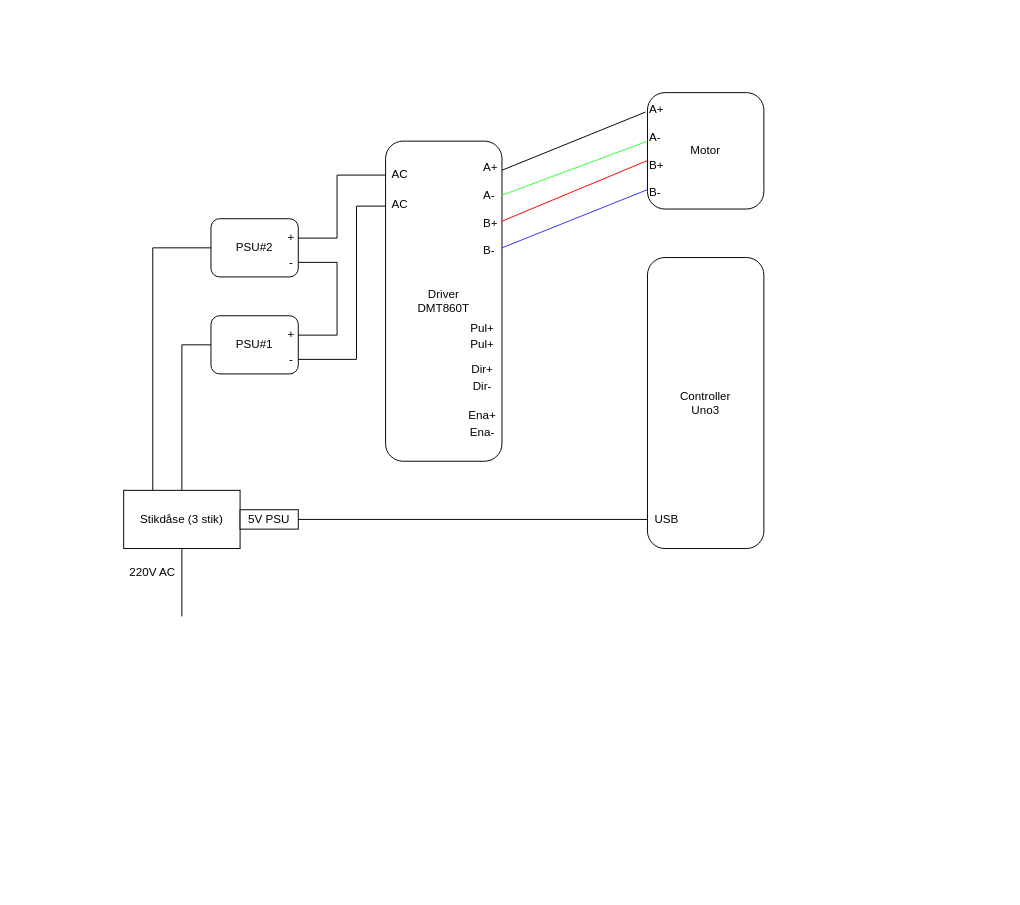
The draw.io diagram page "Elektrisk" (2 of 2) of doc/HOD_ur.drawio in sorennohr/hod_ur, before the edit. Source tidied: cells renumbered, new cells numbered last; positions are measured from the earlier drawing's top-left corner, leaving out a move shared by most shapes. Both pictures are drawn from the tidied source at 97%, with x=0, y=0 at pixel (123, 92).
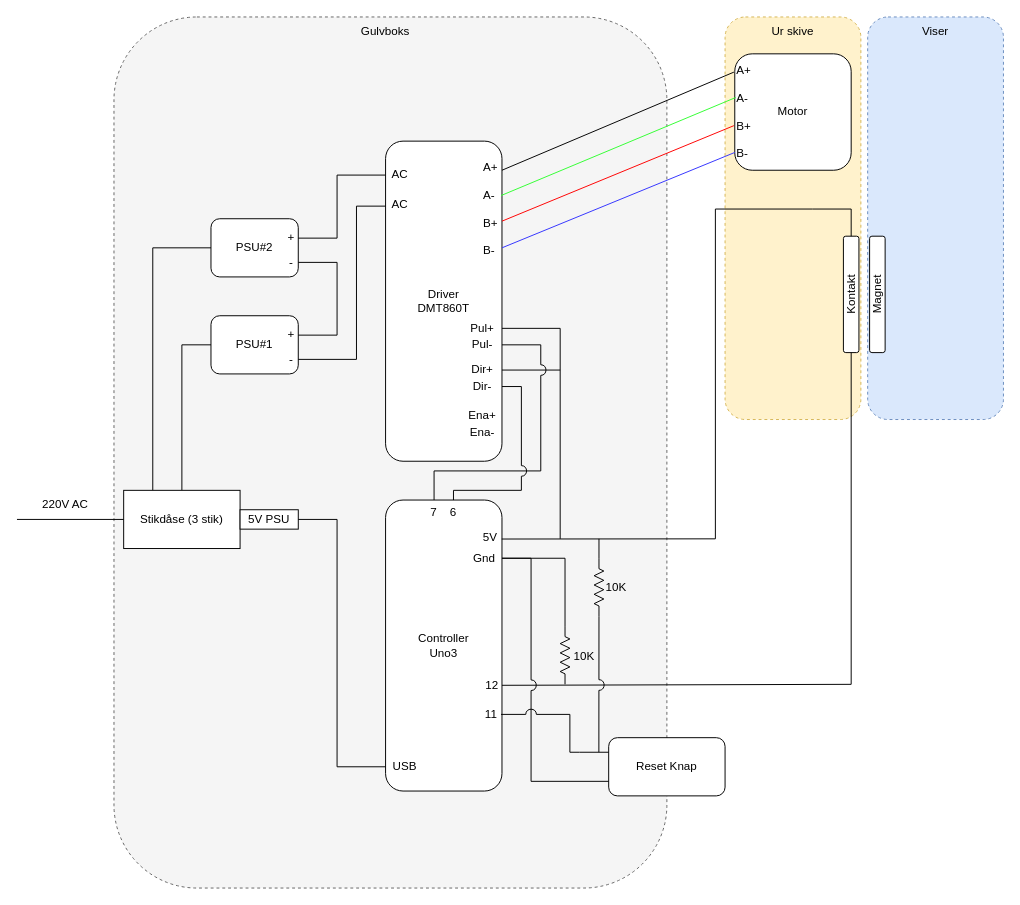
Above is the later version.

Unchanged cells that the change refers to:
```xml
<mxCell id="12" value="Driver&lt;br&gt;DMT860T" style="rounded=1;whiteSpace=wrap;html=1;" parent="1" vertex="1">
  <mxGeometry x="270" y="50" width="120" height="330" as="geometry" />
</mxCell>
<mxCell id="25" value="Pul+" style="text;html=1;strokeColor=none;fillColor=none;align=center;verticalAlign=middle;whiteSpace=wrap;rounded=0;" parent="1" vertex="1">
  <mxGeometry x="350" y="230" width="40" height="26" as="geometry" />
</mxCell>
<mxCell id="26" value="Dir-" style="text;html=1;strokeColor=none;fillColor=none;align=center;verticalAlign=middle;whiteSpace=wrap;rounded=0;" parent="1" vertex="1">
  <mxGeometry x="350" y="290" width="40" height="26" as="geometry" />
</mxCell>
<mxCell id="27" value="Dir+" style="text;html=1;strokeColor=none;fillColor=none;align=center;verticalAlign=middle;whiteSpace=wrap;rounded=0;" parent="1" vertex="1">
  <mxGeometry x="350" y="273" width="40" height="26" as="geometry" />
</mxCell>
<mxCell id="30" value="Stikdåse (3 stik)" style="rounded=0;whiteSpace=wrap;html=1;" parent="1" vertex="1">
  <mxGeometry y="410" width="120" height="60" as="geometry" />
</mxCell>
<mxCell id="32" value="5V PSU" style="rounded=0;whiteSpace=wrap;html=1;" parent="1" vertex="1">
  <mxGeometry x="120" y="430" width="60" height="20" as="geometry" />
</mxCell>
```

The edit, as a diff of the source:
```diff
@@
+    <mxCell id="36" style="rounded=1;whiteSpace=wrap;html=1;fillColor=#f5f5f5;dashed=1;strokeColor=#666666;fontColor=#333333;" parent="1" vertex="1">
+      <mxGeometry x="-10" y="-78" width="570" height="898" as="geometry" />
+    </mxCell>
+    <mxCell id="37" style="rounded=1;whiteSpace=wrap;html=1;fillColor=#fff2cc;dashed=1;strokeColor=#d6b656;" parent="1" vertex="1">
+      <mxGeometry x="620" y="-78" width="140" height="415" as="geometry" />
+    </mxCell>
@@
     <mxCell id="4" value="220V AC" style="text;html=1;strokeColor=none;fillColor=none;align=center;verticalAlign=middle;whiteSpace=wrap;rounded=0;" parent="1" vertex="1">
-      <mxGeometry y="480" width="60" height="30" as="geometry" />
+      <mxGeometry x="-90" y="410" width="60" height="30" as="geometry" />
     </mxCell>
@@
     <mxCell id="17" value="Motor" style="rounded=1;whiteSpace=wrap;html=1;" parent="1" vertex="1">
-      <mxGeometry x="540" width="120" height="120" as="geometry" />
+      <mxGeometry x="630" y="-40" width="120" height="120" as="geometry" />
     </mxCell>
     <mxCell id="18" value="A+&lt;br&gt;&lt;br&gt;A-&lt;br&gt;&lt;br&gt;B+&lt;br&gt;&lt;br&gt;B-" style="text;html=1;strokeColor=none;fillColor=none;align=left;verticalAlign=middle;whiteSpace=wrap;rounded=0;" parent="1" vertex="1">
-      <mxGeometry x="540" width="30" height="120" as="geometry" />
+      <mxGeometry x="630" y="-40" width="30" height="120" as="geometry" />
     </mxCell>
-    <mxCell id="19" style="endArrow=none;html=1;rounded=0;entryX=-0.067;entryY=0.167;entryDx=0;entryDy=0;entryPerimeter=0;" parent="1" edge="1" target="18">
+    <mxCell id="19" style="endArrow=none;html=1;rounded=0;entryX=-0.03;entryY=0.157;entryDx=0;entryDy=0;entryPerimeter=0;" parent="1" edge="1" target="18">
       <mxGeometry relative="1" as="geometry">
         <mxPoint x="390" y="80" as="sourcePoint" />
       </mxGeometry>
     </mxCell>
-    <mxCell id="20" style="endArrow=none;html=1;rounded=0;strokeColor=#33FF33;exitX=0.992;exitY=0.17;exitDx=0;exitDy=0;exitPerimeter=0;" parent="1" edge="1" source="12">
-      <mxGeometry relative="1" as="geometry">
-        <mxPoint x="540" y="50" as="targetPoint" />
-      </mxGeometry>
+    <mxCell id="20" style="endArrow=none;html=1;rounded=0;strokeColor=#33FF33;exitX=0.992;exitY=0.17;exitDx=0;exitDy=0;exitPerimeter=0;entryX=0.033;entryY=0.375;entryDx=0;entryDy=0;entryPerimeter=0;" parent="1" edge="1" source="12" target="18">
+      <mxGeometry relative="1" as="geometry" />
     </mxCell>
-    <mxCell id="21" style="endArrow=none;html=1;rounded=0;strokeColor=#FF0000;exitX=1;exitY=0.25;exitDx=0;exitDy=0;" parent="1" edge="1" source="12">
-      <mxGeometry relative="1" as="geometry">
-        <mxPoint x="540" y="70" as="targetPoint" />
-      </mxGeometry>
+    <mxCell id="21" style="endArrow=none;html=1;rounded=0;strokeColor=#FF0000;exitX=1;exitY=0.25;exitDx=0;exitDy=0;entryX=-0.03;entryY=0.617;entryDx=0;entryDy=0;entryPerimeter=0;" parent="1" edge="1" source="12" target="18">
+      <mxGeometry relative="1" as="geometry" />
     </mxCell>
-    <mxCell id="22" style="endArrow=none;html=1;rounded=0;strokeColor=#3333FF;" parent="1" edge="1">
+    <mxCell id="22" style="endArrow=none;html=1;rounded=0;strokeColor=#3333FF;entryX=0.002;entryY=0.847;entryDx=0;entryDy=0;entryPerimeter=0;" parent="1" edge="1" target="18">
       <mxGeometry relative="1" as="geometry">
         <mxPoint x="390" y="160" as="sourcePoint" />
-        <mxPoint x="540" y="100" as="targetPoint" />
       </mxGeometry>
     </mxCell>
@@
-    <mxCell id="24" value="Pul+" style="text;html=1;strokeColor=none;fillColor=none;align=center;verticalAlign=middle;whiteSpace=wrap;rounded=0;" parent="1" vertex="1">
+    <mxCell id="24" value="Pul-" style="text;html=1;strokeColor=none;fillColor=none;align=center;verticalAlign=middle;whiteSpace=wrap;rounded=0;" parent="1" vertex="1">
       <mxGeometry x="350" y="247" width="40" height="26" as="geometry" />
     </mxCell>
@@
-    <mxCell id="31" style="endArrow=none;html=1;rounded=0;entryX=0.5;entryY=1;entryDx=0;entryDy=0;" parent="1" edge="1" target="30">
+    <mxCell id="31" style="endArrow=none;html=1;rounded=0;entryX=0;entryY=0.5;entryDx=0;entryDy=0;" parent="1" edge="1" target="30">
       <mxGeometry relative="1" as="geometry">
-        <mxPoint x="60" y="540" as="sourcePoint" />
+        <mxPoint x="-110" y="440" as="sourcePoint" />
       </mxGeometry>
     </mxCell>
@@
     <mxCell id="33" value="Controller&lt;br&gt;Uno3" style="rounded=1;whiteSpace=wrap;html=1;" parent="1" vertex="1">
-      <mxGeometry x="540" y="170" width="120" height="300" as="geometry" />
+      <mxGeometry x="270" y="420" width="120" height="300" as="geometry" />
     </mxCell>
     <mxCell id="34" value="USB" style="text;html=1;strokeColor=none;fillColor=none;align=center;verticalAlign=middle;whiteSpace=wrap;rounded=0;" parent="1" vertex="1">
-      <mxGeometry x="540" y="425" width="40" height="30" as="geometry" />
+      <mxGeometry x="270" y="680" width="40" height="30" as="geometry" />
     </mxCell>
     <mxCell id="35" style="endArrow=none;html=1;rounded=0;exitX=1;exitY=0.5;exitDx=0;exitDy=0;entryX=0;entryY=0.5;entryDx=0;entryDy=0;" parent="1" edge="1" source="32" target="34">
-      <mxGeometry relative="1" as="geometry" />
+      <mxGeometry relative="1" as="geometry">
+        <Array as="points">
+          <mxPoint x="220" y="440" />
+          <mxPoint x="220" y="695" />
+        </Array>
+      </mxGeometry>
     </mxCell>
+    <mxCell id="38" value="7" style="text;html=1;strokeColor=none;fillColor=none;align=center;verticalAlign=middle;whiteSpace=wrap;rounded=0;" parent="1" vertex="1">
+      <mxGeometry x="310" y="420" width="20" height="26" as="geometry" />
+    </mxCell>
+    <mxCell id="39" value="6" style="text;html=1;strokeColor=none;fillColor=none;align=center;verticalAlign=middle;whiteSpace=wrap;rounded=0;" parent="1" vertex="1">
+      <mxGeometry x="330" y="420" width="20" height="26" as="geometry" />
+    </mxCell>
+    <mxCell id="40" value="5V" style="text;html=1;strokeColor=none;fillColor=none;align=center;verticalAlign=middle;whiteSpace=wrap;rounded=0;" parent="1" vertex="1">
+      <mxGeometry x="367.5" y="444" width="20" height="30" as="geometry" />
+    </mxCell>
+    <mxCell id="41" style="endArrow=none;html=1;rounded=0;exitX=1;exitY=0.5;exitDx=0;exitDy=0;" parent="1" edge="1" source="25">
+      <mxGeometry relative="1" as="geometry">
+        <mxPoint x="450" y="460" as="targetPoint" />
+        <Array as="points">
+          <mxPoint x="450" y="243" />
+        </Array>
+      </mxGeometry>
+    </mxCell>
+    <mxCell id="42" value="Ur skive" style="text;html=1;strokeColor=none;fillColor=none;align=center;verticalAlign=middle;whiteSpace=wrap;rounded=0;" parent="1" vertex="1">
+      <mxGeometry x="660" y="-78" width="60" height="30" as="geometry" />
+    </mxCell>
+    <mxCell id="43" style="rounded=1;whiteSpace=wrap;html=1;fillColor=#dae8fc;dashed=1;strokeColor=#6c8ebf;" parent="1" vertex="1">
+      <mxGeometry x="767" y="-78" width="140" height="415" as="geometry" />
+    </mxCell>
+    <mxCell id="44" value="Viser" style="text;html=1;strokeColor=none;fillColor=none;align=center;verticalAlign=middle;whiteSpace=wrap;rounded=0;" parent="1" vertex="1">
+      <mxGeometry x="807" y="-78" width="60" height="30" as="geometry" />
+    </mxCell>
+    <mxCell id="45" value="Magnet" style="rounded=1;whiteSpace=wrap;html=1;direction=east;rotation=-90;" parent="1" vertex="1">
+      <mxGeometry x="717" y="200" width="120" height="16" as="geometry" />
+    </mxCell>
+    <mxCell id="46" value="Kontakt" style="rounded=1;whiteSpace=wrap;html=1;direction=east;rotation=-90;" parent="1" vertex="1">
+      <mxGeometry x="690" y="200" width="120" height="16" as="geometry" />
+    </mxCell>
+    <mxCell id="47" style="edgeStyle=orthogonalEdgeStyle;rounded=0;jettySize=auto;html=1;entryX=1;entryY=0.5;entryDx=0;entryDy=0;exitX=0;exitY=0.5;exitDx=0;exitDy=0;exitPerimeter=0;endArrow=none;endFill=0;" parent="1" edge="1" source="48" target="49">
+      <mxGeometry relative="1" as="geometry" />
+    </mxCell>
+    <mxCell id="48" style="verticalLabelPosition=bottom;shadow=0;dashed=0;align=center;html=1;verticalAlign=top;shape=mxgraph.electrical.resistors.resistor_2;direction=south;" parent="1" vertex="1">
+      <mxGeometry x="450" y="550" width="10" height="60" as="geometry" />
+    </mxCell>
+    <mxCell id="49" value="Gnd" style="text;html=1;strokeColor=none;fillColor=none;align=center;verticalAlign=middle;whiteSpace=wrap;rounded=0;" parent="1" vertex="1">
+      <mxGeometry x="354" y="465" width="36" height="30" as="geometry" />
+    </mxCell>
+    <mxCell id="50" style="endArrow=none;html=1;rounded=0;entryX=1;entryY=0.5;entryDx=0;entryDy=0;exitX=0.998;exitY=0.134;exitDx=0;exitDy=0;exitPerimeter=0;" parent="1" edge="1" source="33" target="46">
+      <mxGeometry relative="1" as="geometry">
+        <Array as="points">
+          <mxPoint x="610" y="460" />
+          <mxPoint x="610" y="120" />
+          <mxPoint x="710" y="120" />
+          <mxPoint x="750" y="120" />
+        </Array>
+      </mxGeometry>
+    </mxCell>
+    <mxCell id="51" style="endArrow=none;html=1;rounded=0;exitX=1;exitY=0.5;exitDx=0;exitDy=0;entryX=0;entryY=0.5;entryDx=0;entryDy=0;" parent="1" edge="1" source="52" target="46">
+      <mxGeometry relative="1" as="geometry">
+        <Array as="points">
+          <mxPoint x="750" y="610" />
+        </Array>
+      </mxGeometry>
+    </mxCell>
+    <mxCell id="52" value="12" style="text;html=1;strokeColor=none;fillColor=none;align=center;verticalAlign=middle;whiteSpace=wrap;rounded=0;" parent="1" vertex="1">
+      <mxGeometry x="370" y="596" width="20" height="30" as="geometry" />
+    </mxCell>
+    <mxCell id="53" value="10K" style="text;html=1;strokeColor=none;fillColor=none;align=center;verticalAlign=middle;whiteSpace=wrap;rounded=0;" parent="1" vertex="1">
+      <mxGeometry x="460" y="566" width="30" height="30" as="geometry" />
+    </mxCell>
+    <mxCell id="54" value="11" style="text;html=1;strokeColor=none;fillColor=none;align=center;verticalAlign=middle;whiteSpace=wrap;rounded=0;" parent="1" vertex="1">
+      <mxGeometry x="369" y="626" width="20" height="30" as="geometry" />
+    </mxCell>
+    <mxCell id="55" value="Gulvboks" style="text;html=1;strokeColor=none;fillColor=none;align=center;verticalAlign=middle;whiteSpace=wrap;rounded=0;" parent="1" vertex="1">
+      <mxGeometry x="240" y="-78" width="60" height="30" as="geometry" />
+    </mxCell>
+    <mxCell id="56" value="Reset Knap" style="rounded=1;whiteSpace=wrap;html=1;" parent="1" vertex="1">
+      <mxGeometry x="500" y="665" width="120" height="60" as="geometry" />
+    </mxCell>
+    <mxCell id="57" style="endArrow=none;html=1;rounded=0;entryX=0;entryY=0.75;entryDx=0;entryDy=0;jumpStyle=arc;jumpSize=11;" parent="1" edge="1" source="49" target="56">
+      <mxGeometry relative="1" as="geometry">
+        <Array as="points">
+          <mxPoint x="420" y="480" />
+          <mxPoint x="420" y="710" />
+        </Array>
+      </mxGeometry>
+    </mxCell>
+    <mxCell id="58" style="endArrow=none;html=1;rounded=0;jumpStyle=arc;jumpSize=11;exitX=1;exitY=0.5;exitDx=0;exitDy=0;exitPerimeter=0;entryX=0.877;entryY=0.844;entryDx=0;entryDy=0;entryPerimeter=0;" parent="1" edge="1" source="59" target="36">
+      <mxGeometry relative="1" as="geometry">
+        <Array as="points">
+          <mxPoint x="490" y="630" />
+          <mxPoint x="490" y="650" />
+        </Array>
+      </mxGeometry>
+    </mxCell>
+    <mxCell id="59" style="verticalLabelPosition=bottom;shadow=0;dashed=0;align=center;html=1;verticalAlign=top;shape=mxgraph.electrical.resistors.resistor_2;direction=south;" parent="1" vertex="1">
+      <mxGeometry x="485" y="480" width="10" height="60" as="geometry" />
+    </mxCell>
+    <mxCell id="60" value="10K" style="text;html=1;strokeColor=none;fillColor=none;align=center;verticalAlign=middle;whiteSpace=wrap;rounded=0;" parent="1" vertex="1">
+      <mxGeometry x="493" y="495" width="30" height="30" as="geometry" />
+    </mxCell>
+    <mxCell id="61" style="endArrow=none;html=1;rounded=0;entryX=0;entryY=0.5;entryDx=0;entryDy=0;entryPerimeter=0;" parent="1" edge="1">
+      <mxGeometry relative="1" as="geometry">
+        <mxPoint x="490" y="460" as="sourcePoint" />
+        <mxPoint x="490" y="480" as="targetPoint" />
+      </mxGeometry>
+    </mxCell>
+    <mxCell id="62" style="endArrow=none;html=1;rounded=0;exitX=1;exitY=0.5;exitDx=0;exitDy=0;" parent="1" edge="1" source="27">
+      <mxGeometry relative="1" as="geometry">
+        <mxPoint x="450" y="286" as="targetPoint" />
+      </mxGeometry>
+    </mxCell>
+    <mxCell id="63" style="endArrow=none;html=1;rounded=0;entryX=1;entryY=0.5;entryDx=0;entryDy=0;exitX=0.5;exitY=0;exitDx=0;exitDy=0;jumpStyle=arc;jumpSize=11;" parent="1" edge="1" source="38" target="24">
+      <mxGeometry relative="1" as="geometry">
+        <Array as="points">
+          <mxPoint x="320" y="390" />
+          <mxPoint x="430" y="390" />
+          <mxPoint x="430" y="260" />
+        </Array>
+      </mxGeometry>
+    </mxCell>
+    <mxCell id="64" style="endArrow=none;html=1;rounded=0;entryX=1;entryY=0.5;entryDx=0;entryDy=0;exitX=0.5;exitY=0;exitDx=0;exitDy=0;jumpStyle=arc;jumpSize=11;" parent="1" edge="1" source="39" target="26">
+      <mxGeometry relative="1" as="geometry">
+        <Array as="points">
+          <mxPoint x="340" y="410" />
+          <mxPoint x="410" y="410" />
+          <mxPoint x="410" y="303" />
+        </Array>
+      </mxGeometry>
+    </mxCell>
+    <mxCell id="65" style="endArrow=none;html=1;rounded=0;entryX=1;entryY=0.5;entryDx=0;entryDy=0;jumpStyle=arc;jumpSize=11;" parent="1" edge="1" target="54">
+      <mxGeometry relative="1" as="geometry">
+        <mxPoint x="470" y="680" as="sourcePoint" />
+        <Array as="points">
+          <mxPoint x="460" y="680" />
+          <mxPoint x="460" y="641" />
+        </Array>
+      </mxGeometry>
+    </mxCell>
+    <mxCell id="66" style="endArrow=none;html=1;rounded=0;entryX=0;entryY=0.25;entryDx=0;entryDy=0;" parent="1" edge="1" target="56">
+      <mxGeometry relative="1" as="geometry">
+        <mxPoint x="470" y="680" as="sourcePoint" />
+      </mxGeometry>
+    </mxCell>
```
